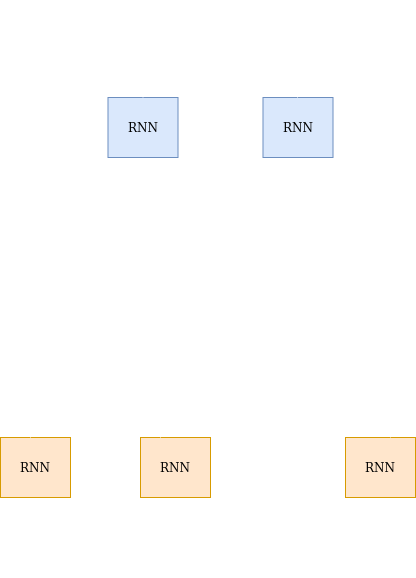
Above: images/att_mechanism.png in anuj1729/anuj1729.github.io (draw.io), before the change. Source tidied: cells renumbered, new cells last; positions are measured from the earlier drawing's top-left corner, leaving out a move shared by most shapes.
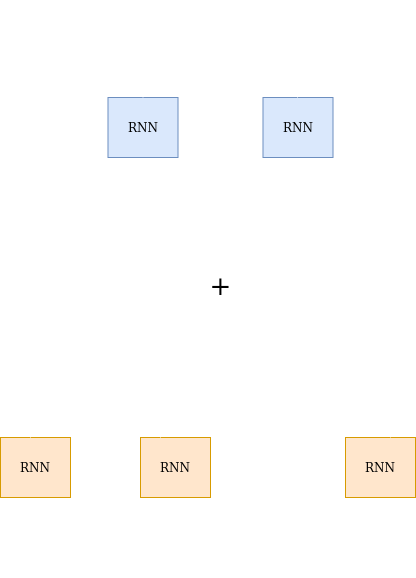
After the change.

Diff of the diagram source:
```diff
@@ -44,7 +44,7 @@
     <mxCell id="12" value="xN" style="text;html=1;fillColor=none;align=center;verticalAlign=middle;whiteSpace=wrap;rounded=0;fontColor=#FFFFFF;labelPosition=center;verticalLabelPosition=middle;" parent="1" vertex="1">
       <mxGeometry x="360" y="550" width="40" height="20" as="geometry" />
     </mxCell>
-    <mxCell id="13" value="&lt;font style=&quot;font-size: 26px&quot; color=&quot;#FFFFFF&quot;&gt;+&lt;/font&gt;" style="ellipse;whiteSpace=wrap;html=1;labelPosition=center;verticalLabelPosition=middle;align=center;verticalAlign=middle;strokeColor=#FFFFFF;" parent="1" vertex="1">
+    <mxCell id="13" value="&lt;font style=&quot;font-size: 26px&quot; color=&quot;#000000&quot;&gt;+&lt;/font&gt;" style="ellipse;whiteSpace=wrap;html=1;labelPosition=center;verticalLabelPosition=middle;align=center;verticalAlign=middle;strokeColor=#FFFFFF;" parent="1" vertex="1">
       <mxGeometry x="202.5" y="260" width="35" height="35" as="geometry" />
     </mxCell>
     <mxCell id="14" style="curved=1;endArrow=classic;html=1;strokeColor=#FFFFFF;labelPosition=center;verticalLabelPosition=middle;align=center;verticalAlign=middle;" parent="1" edge="1">
```
